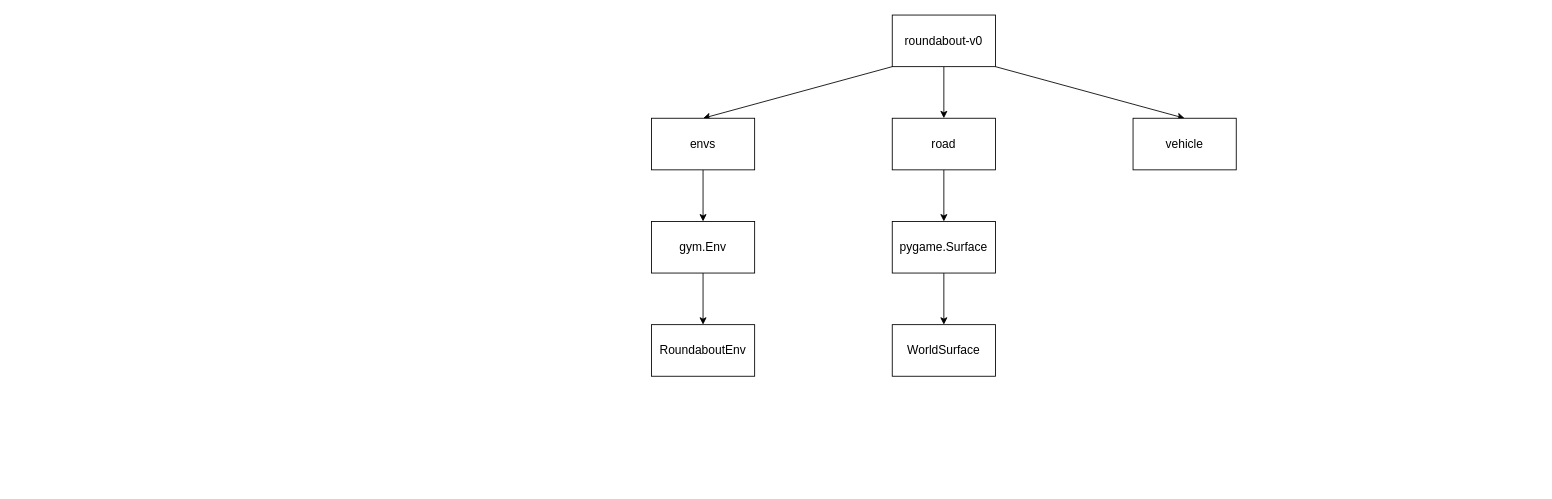
freemedom/drawio keeps this draw.io diagram as roundabout-v0架构.drawio. Above is the earlier version. Source tidied: cells renumbered, new cells numbered last; positions are measured from the earlier drawing's top-left corner, leaving out a move shared by most shapes. Both pictures are drawn from the tidied source at 86%, with x=0, y=0 at pixel (651, 15).
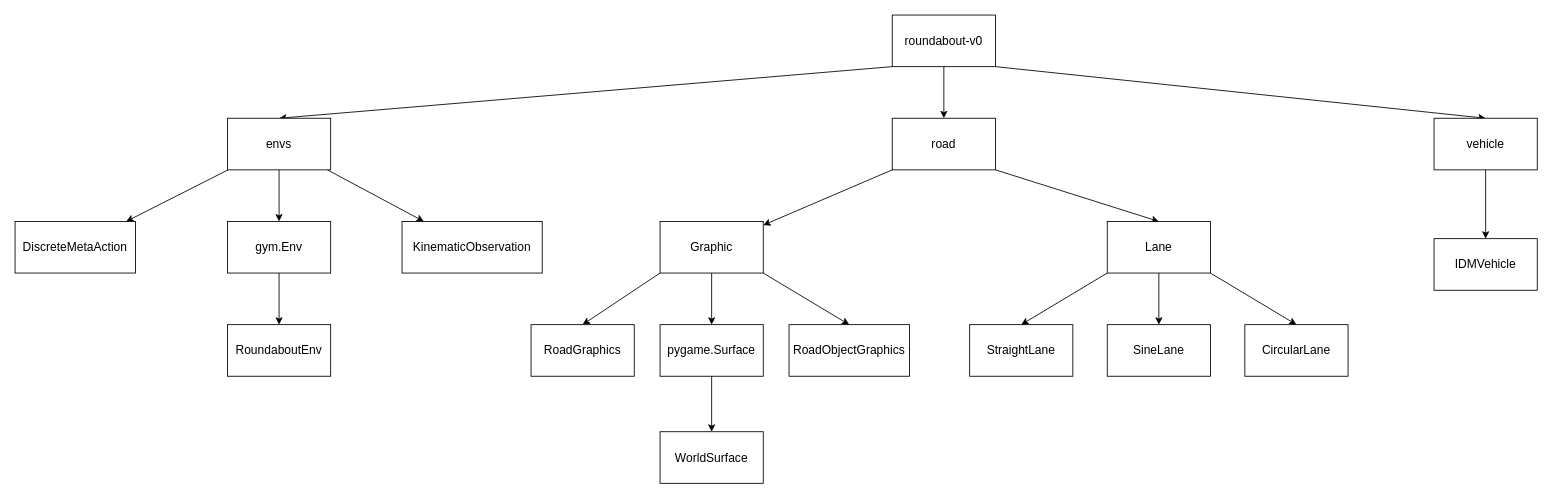
The same page after the edit.

Unchanged cells that the change refers to:
```xml
<mxCell id="5" value="&lt;font style=&quot;font-size: 14px;&quot;&gt;roundabout-v0&lt;/font&gt;" style="rounded=0;whiteSpace=wrap;html=1;" parent="1" vertex="1">
  <mxGeometry x="280" width="120" height="60" as="geometry" />
</mxCell>
```

Change to the diagram source:
```diff
@@
-    <mxCell id="3" style="edgeStyle=orthogonalEdgeStyle;rounded=0;jettySize=auto;html=1;exitX=0.5;exitY=1;exitDx=0;exitDy=0;entryX=0.5;entryY=0;entryDx=0;entryDy=0;" parent="1" edge="1" source="5" target="9">
-      <mxGeometry relative="1" as="geometry" />
-    </mxCell>
@@
+    <mxCell id="17" style="edgeStyle=orthogonalEdgeStyle;rounded=0;jettySize=auto;html=1;" parent="1" edge="1" source="5" target="27">
+      <mxGeometry relative="1" as="geometry" />
+    </mxCell>
@@
+    <mxCell id="18" style="edgeStyle=none;shape=connector;rounded=0;jettySize=auto;html=1;labelBackgroundColor=default;strokeColor=default;fontFamily=Helvetica;fontSize=11;fontColor=default;endArrow=classic;" parent="1" edge="1" source="7" target="36">
+      <mxGeometry relative="1" as="geometry" />
+    </mxCell>
+    <mxCell id="19" style="edgeStyle=none;shape=connector;rounded=0;jettySize=auto;html=1;labelBackgroundColor=default;strokeColor=default;fontFamily=Helvetica;fontSize=11;fontColor=default;endArrow=classic;" parent="1" edge="1" source="7" target="37">
+      <mxGeometry relative="1" as="geometry" />
+    </mxCell>
     <mxCell id="7" value="&lt;font style=&quot;font-size: 14px;&quot;&gt;envs&lt;/font&gt;" style="rounded=0;whiteSpace=wrap;html=1;" parent="1" vertex="1">
-      <mxGeometry y="120" width="120" height="60" as="geometry" />
+      <mxGeometry x="-493" y="120" width="120" height="60" as="geometry" />
     </mxCell>
@@
+    <mxCell id="20" style="rounded=0;jettySize=auto;html=1;exitX=0;exitY=1;exitDx=0;exitDy=0;entryX=0.5;entryY=0;entryDx=0;entryDy=0;" parent="1" edge="1" source="9" target="23">
+      <mxGeometry relative="1" as="geometry" />
+    </mxCell>
+    <mxCell id="21" style="rounded=0;jettySize=auto;html=1;exitX=1;exitY=1;exitDx=0;exitDy=0;entryX=0.5;entryY=0;entryDx=0;entryDy=0;" parent="1" edge="1" source="9" target="24">
+      <mxGeometry relative="1" as="geometry" />
+    </mxCell>
-    <mxCell id="9" value="&lt;font style=&quot;font-size: 14px;&quot;&gt;road&lt;/font&gt;" style="rounded=0;whiteSpace=wrap;html=1;" parent="1" vertex="1">
-      <mxGeometry x="280" y="120" width="120" height="60" as="geometry" />
+    <mxCell id="9" value="&lt;font style=&quot;font-size: 14px;&quot;&gt;Graphic&lt;/font&gt;" style="rounded=0;whiteSpace=wrap;html=1;" parent="1" vertex="1">
+      <mxGeometry x="10" y="240" width="120" height="60" as="geometry" />
     </mxCell>
+    <mxCell id="22" style="edgeStyle=none;shape=connector;rounded=0;jettySize=auto;html=1;labelBackgroundColor=default;strokeColor=default;fontFamily=Helvetica;fontSize=11;fontColor=default;endArrow=classic;" parent="1" edge="1" source="10" target="35">
+      <mxGeometry relative="1" as="geometry" />
+    </mxCell>
     <mxCell id="10" value="&lt;font style=&quot;font-size: 14px;&quot;&gt;vehicle&lt;/font&gt;" style="rounded=0;whiteSpace=wrap;html=1;" parent="1" vertex="1">
-      <mxGeometry x="560" y="120" width="120" height="60" as="geometry" />
+      <mxGeometry x="910" y="120" width="120" height="60" as="geometry" />
     </mxCell>
@@
     <mxCell id="12" value="&lt;font style=&quot;font-size: 14px;&quot;&gt;gym.Env&lt;/font&gt;" style="rounded=0;whiteSpace=wrap;html=1;" parent="1" vertex="1">
-      <mxGeometry y="240" width="120" height="60" as="geometry" />
+      <mxGeometry x="-493" y="240" width="120" height="60" as="geometry" />
     </mxCell>
@@
     <mxCell id="14" value="&lt;font style=&quot;font-size: 14px;&quot;&gt;pygame.Surface&lt;/font&gt;" style="rounded=0;whiteSpace=wrap;html=1;" parent="1" vertex="1">
-      <mxGeometry x="280" y="240" width="120" height="60" as="geometry" />
+      <mxGeometry x="10" y="360" width="120" height="60" as="geometry" />
     </mxCell>
     <mxCell id="15" value="&lt;font style=&quot;font-size: 14px;&quot;&gt;RoundaboutEnv&lt;/font&gt;" style="rounded=0;whiteSpace=wrap;html=1;" parent="1" vertex="1">
-      <mxGeometry y="360" width="120" height="60" as="geometry" />
+      <mxGeometry x="-493" y="360" width="120" height="60" as="geometry" />
     </mxCell>
     <mxCell id="16" value="&lt;font style=&quot;font-size: 14px;&quot;&gt;WorldSurface&lt;/font&gt;" style="rounded=0;whiteSpace=wrap;html=1;" parent="1" vertex="1">
-      <mxGeometry x="280" y="360" width="120" height="60" as="geometry" />
+      <mxGeometry x="10" y="484.5" width="120" height="60" as="geometry" />
     </mxCell>
+    <mxCell id="23" value="&lt;font style=&quot;font-size: 14px;&quot;&gt;RoadGraphics&lt;/font&gt;" style="rounded=0;whiteSpace=wrap;html=1;" parent="1" vertex="1">
+      <mxGeometry x="-140" y="360" width="120" height="60" as="geometry" />
+    </mxCell>
+    <mxCell id="24" value="&lt;font style=&quot;font-size: 14px;&quot;&gt;RoadObjectGraphics&lt;/font&gt;" style="rounded=0;whiteSpace=wrap;html=1;" parent="1" vertex="1">
+      <mxGeometry x="160" y="360" width="140" height="60" as="geometry" />
+    </mxCell>
+    <mxCell id="25" style="rounded=0;jettySize=auto;html=1;exitX=0;exitY=1;exitDx=0;exitDy=0;" parent="1" edge="1" source="27" target="9">
+      <mxGeometry relative="1" as="geometry" />
+    </mxCell>
+    <mxCell id="26" style="edgeStyle=none;shape=connector;rounded=0;jettySize=auto;html=1;exitX=1;exitY=1;exitDx=0;exitDy=0;entryX=0.5;entryY=0;entryDx=0;entryDy=0;labelBackgroundColor=default;strokeColor=default;fontFamily=Helvetica;fontSize=11;fontColor=default;endArrow=classic;" parent="1" edge="1" source="27" target="34">
+      <mxGeometry relative="1" as="geometry" />
+    </mxCell>
+    <mxCell id="27" value="&lt;font style=&quot;font-size: 14px;&quot;&gt;road&lt;/font&gt;" style="rounded=0;whiteSpace=wrap;html=1;" parent="1" vertex="1">
+      <mxGeometry x="280" y="120" width="120" height="60" as="geometry" />
+    </mxCell>
+    <mxCell id="28" value="&lt;font style=&quot;font-size: 14px;&quot;&gt;StraightLane&lt;/font&gt;" style="rounded=0;whiteSpace=wrap;html=1;" parent="1" vertex="1">
+      <mxGeometry x="370" y="360" width="120" height="60" as="geometry" />
+    </mxCell>
+    <mxCell id="29" value="&lt;font style=&quot;font-size: 14px;&quot;&gt;SineLane&lt;/font&gt;" style="rounded=0;whiteSpace=wrap;html=1;" parent="1" vertex="1">
+      <mxGeometry x="530" y="360" width="120" height="60" as="geometry" />
+    </mxCell>
+    <mxCell id="30" value="&lt;font style=&quot;font-size: 14px;&quot;&gt;CircularLane&lt;/font&gt;" style="rounded=0;whiteSpace=wrap;html=1;" parent="1" vertex="1">
+      <mxGeometry x="690" y="360" width="120" height="60" as="geometry" />
+    </mxCell>
+    <mxCell id="31" style="edgeStyle=none;shape=connector;rounded=0;jettySize=auto;html=1;exitX=0;exitY=1;exitDx=0;exitDy=0;entryX=0.5;entryY=0;entryDx=0;entryDy=0;labelBackgroundColor=default;strokeColor=default;fontFamily=Helvetica;fontSize=11;fontColor=default;endArrow=classic;" parent="1" edge="1" source="34" target="28">
+      <mxGeometry relative="1" as="geometry" />
+    </mxCell>
+    <mxCell id="32" style="edgeStyle=none;shape=connector;rounded=0;jettySize=auto;html=1;exitX=0.5;exitY=1;exitDx=0;exitDy=0;entryX=0.5;entryY=0;entryDx=0;entryDy=0;labelBackgroundColor=default;strokeColor=default;fontFamily=Helvetica;fontSize=11;fontColor=default;endArrow=classic;" parent="1" edge="1" source="34" target="29">
+      <mxGeometry relative="1" as="geometry" />
+    </mxCell>
+    <mxCell id="33" style="edgeStyle=none;shape=connector;rounded=0;jettySize=auto;html=1;exitX=1;exitY=1;exitDx=0;exitDy=0;entryX=0.5;entryY=0;entryDx=0;entryDy=0;labelBackgroundColor=default;strokeColor=default;fontFamily=Helvetica;fontSize=11;fontColor=default;endArrow=classic;" parent="1" edge="1" source="34" target="30">
+      <mxGeometry relative="1" as="geometry" />
+    </mxCell>
+    <mxCell id="34" value="&lt;font style=&quot;font-size: 14px;&quot;&gt;Lane&lt;/font&gt;" style="rounded=0;whiteSpace=wrap;html=1;" parent="1" vertex="1">
+      <mxGeometry x="530" y="240" width="120" height="60" as="geometry" />
+    </mxCell>
+    <mxCell id="35" value="&lt;font style=&quot;font-size: 14px;&quot;&gt;IDMVehicle&lt;/font&gt;" style="rounded=0;whiteSpace=wrap;html=1;" parent="1" vertex="1">
+      <mxGeometry x="910" y="260" width="120" height="60" as="geometry" />
+    </mxCell>
+    <mxCell id="36" value="&lt;font style=&quot;font-size: 14px;&quot;&gt;DiscreteMetaAction&lt;/font&gt;" style="rounded=0;whiteSpace=wrap;html=1;" parent="1" vertex="1">
+      <mxGeometry x="-740" y="240" width="140" height="60" as="geometry" />
+    </mxCell>
+    <mxCell id="37" value="&lt;font style=&quot;font-size: 14px;&quot;&gt;KinematicObservation&lt;/font&gt;" style="rounded=0;whiteSpace=wrap;html=1;" parent="1" vertex="1">
+      <mxGeometry x="-290" y="240" width="163" height="60" as="geometry" />
+    </mxCell>
```
